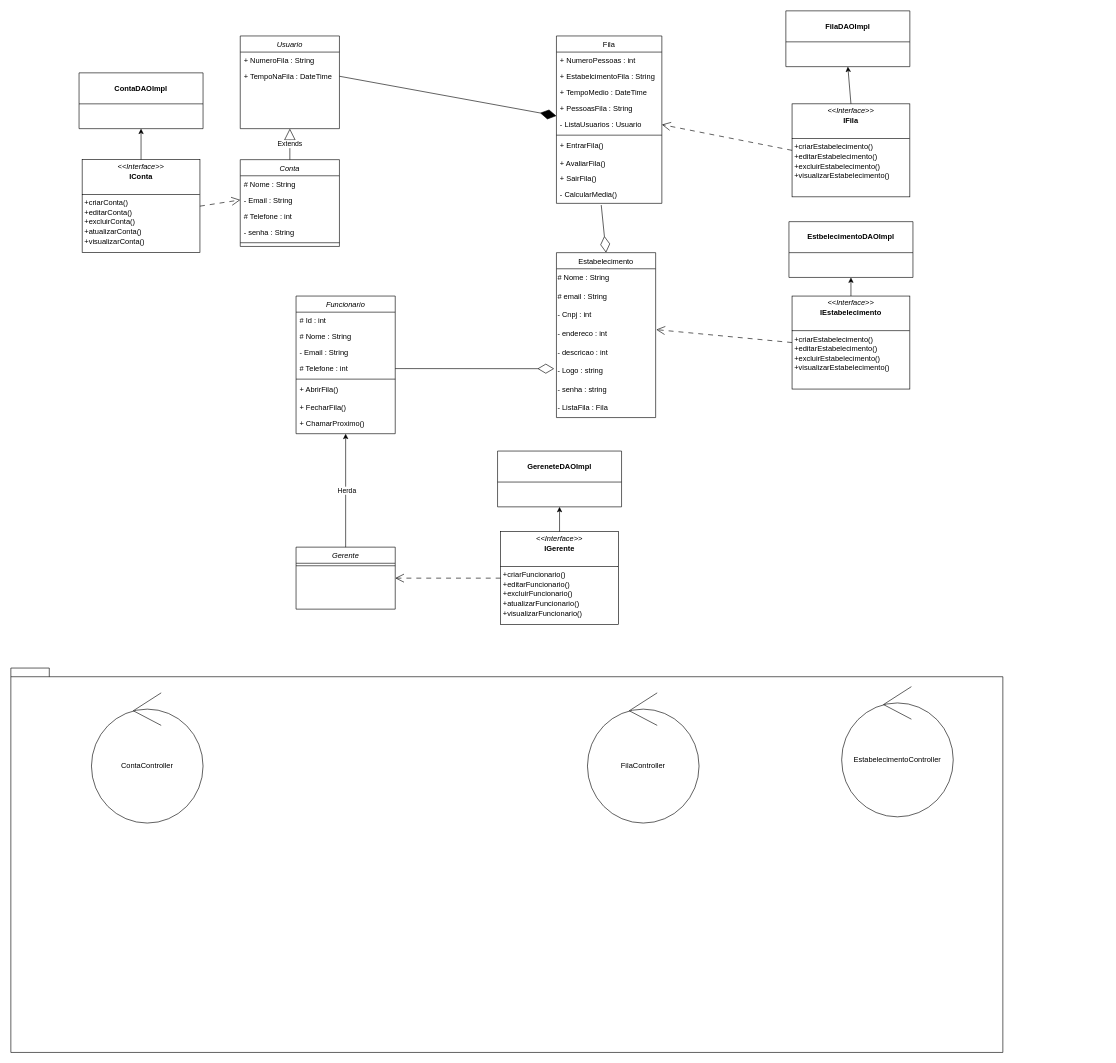
The draw.io diagram DiagramaClassesPit.drawio in LuizFelipeCavalcante/Queue, before the edit. Source tidied: cells renumbered, new cells numbered last; positions are measured from the earlier drawing's top-left corner, leaving out a move shared by most shapes. Both pictures are drawn from the tidied source at 62%, with x=0, y=0 at pixel (11, 11).
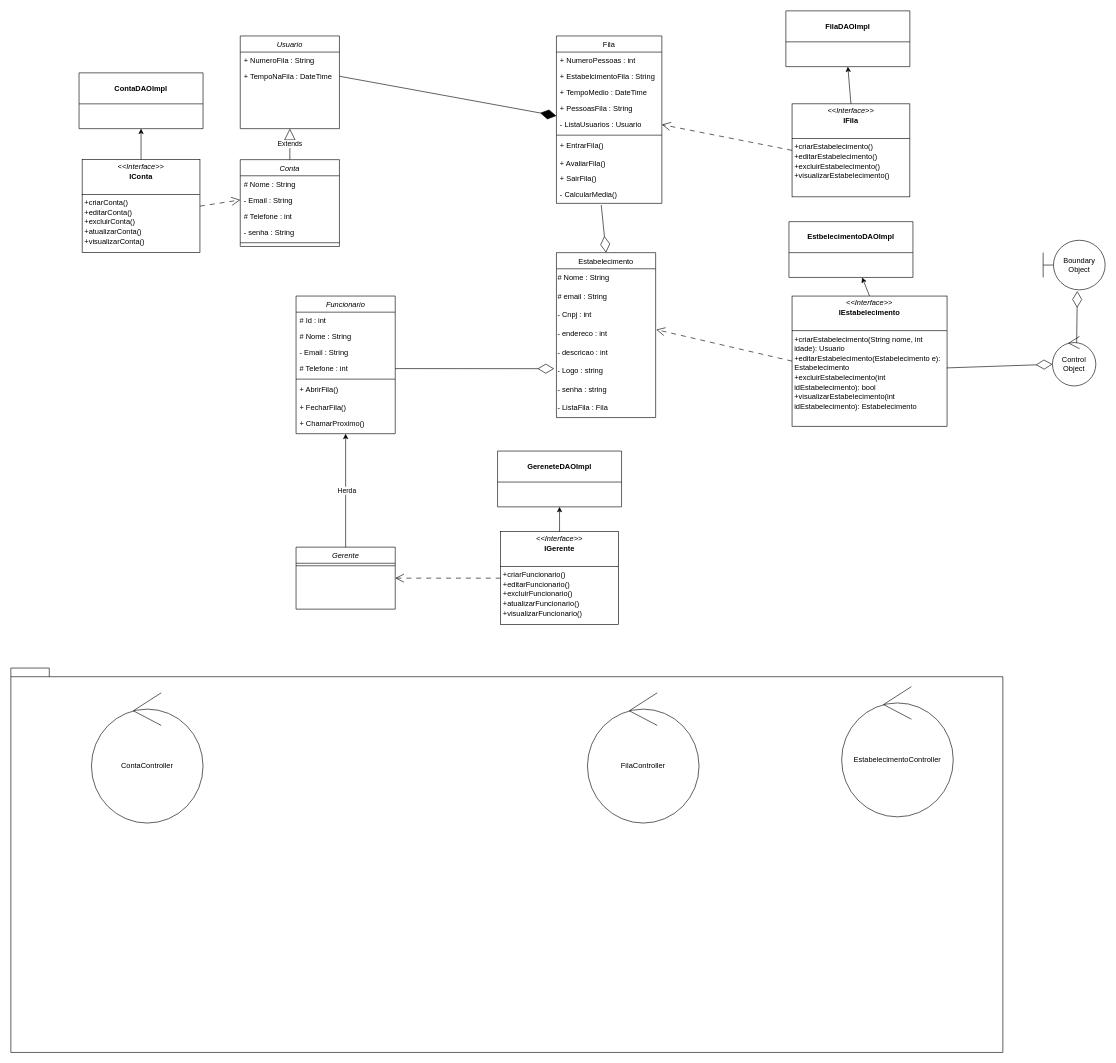
Above is the later version.

Change to the diagram source:
```diff
@@
-    <mxCell id="52" value="&lt;p style=&quot;margin: 4px 0px 0px; text-align: center; line-height: 130%;&quot;&gt;&lt;i&gt;&amp;lt;&amp;lt;Interface&amp;gt;&amp;gt;&lt;/i&gt;&lt;br&gt;&lt;b&gt;IEstabelecimento&lt;/b&gt;&lt;/p&gt;&lt;br&gt;&lt;hr size=&quot;1&quot; style=&quot;border-style: solid; line-height: 130%;&quot;&gt;&lt;p style=&quot;margin: 0px 0px 0px 4px; line-height: 130%;&quot;&gt;&lt;span style=&quot;background-color: initial;&quot;&gt;+criarEstabelecimento()&lt;/span&gt;&lt;/p&gt;&lt;p style=&quot;margin: 0px 0px 0px 4px; line-height: 130%;&quot;&gt;+editarEstabelecimento()&lt;br&gt;+excluirEstabelecimento()&lt;br&gt;&lt;/p&gt;&lt;p style=&quot;margin: 0px 0px 0px 4px; line-height: 130%;&quot;&gt;+visualizarEstabelecimento()&lt;br&gt;&lt;br&gt;&lt;br&gt;&lt;/p&gt;" style="verticalAlign=top;align=left;overflow=fill;html=1;whiteSpace=wrap;" parent="1" vertex="1">
-      <mxGeometry x="1260" y="460" width="190" height="150" as="geometry" />
+    <mxCell id="52" value="&lt;p style=&quot;margin: 4px 0px 0px; text-align: center; line-height: 130%;&quot;&gt;&lt;i&gt;&amp;lt;&amp;lt;Interface&amp;gt;&amp;gt;&lt;/i&gt;&lt;br&gt;&lt;b&gt;IEstabelecimento&lt;/b&gt;&lt;/p&gt;&lt;br&gt;&lt;hr size=&quot;1&quot; style=&quot;border-style: solid; line-height: 130%;&quot;&gt;&lt;p style=&quot;margin: 0px 0px 0px 4px; line-height: 130%;&quot;&gt;&lt;span style=&quot;background-color: initial;&quot;&gt;+criarEstabelecimento(String nome, int idade): Usuario&lt;/span&gt;&lt;/p&gt;&lt;p style=&quot;margin: 0px 0px 0px 4px; line-height: 130%;&quot;&gt;+editarEstabelecimento(Estabelecimento e): Estabelecimento&lt;br&gt;+excluirEstabelecimento(&lt;span style=&quot;background-color: initial;&quot;&gt;int idEstabelecimento&lt;/span&gt;&lt;span style=&quot;background-color: initial;&quot;&gt;): bool&lt;/span&gt;&lt;/p&gt;&lt;p style=&quot;margin: 0px 0px 0px 4px; line-height: 130%;&quot;&gt;+visualizarEstabelecimento(int idEstabelecimento): Estabelecimento&lt;br&gt;&lt;br&gt;&lt;br&gt;&lt;/p&gt;" style="verticalAlign=top;align=left;overflow=fill;html=1;whiteSpace=wrap;" parent="1" vertex="1">
+      <mxGeometry x="1260" y="460" width="250" height="210" as="geometry" />
     </mxCell>
@@
+    <mxCell id="68" value="Control Object" style="ellipse;shape=umlControl;whiteSpace=wrap;html=1;" parent="1" vertex="1">
+      <mxGeometry x="1680" y="525" width="70" height="80" as="geometry" />
+    </mxCell>
+    <mxCell id="69" value="Boundary Object" style="shape=umlBoundary;whiteSpace=wrap;html=1;" parent="1" vertex="1">
+      <mxGeometry x="1665" y="370" width="100" height="80" as="geometry" />
+    </mxCell>
+    <mxCell id="70" style="endArrow=diamondThin;endFill=0;endSize=24;html=1;rounded=0;entryX=0;entryY=0.563;entryDx=0;entryDy=0;entryPerimeter=0;exitX=0.998;exitY=0.552;exitDx=0;exitDy=0;exitPerimeter=0;" parent="1" edge="1" source="52" target="68">
+      <mxGeometry relative="1" as="geometry" />
+    </mxCell>
+    <mxCell id="71" style="endArrow=diamondThin;endFill=0;endSize=24;html=1;rounded=0;entryX=0.551;entryY=1.025;entryDx=0;entryDy=0;entryPerimeter=0;exitX=0.558;exitY=0.131;exitDx=0;exitDy=0;exitPerimeter=0;" parent="1" edge="1" source="68" target="69">
+      <mxGeometry relative="1" as="geometry" />
+    </mxCell>
```
